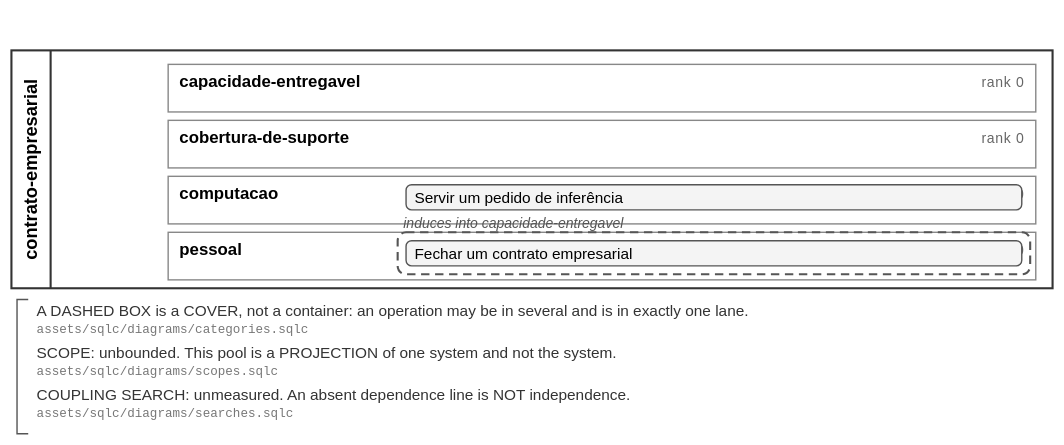
Above: assets/svg/filings/contrato-empresarial.svg in soulstompp/process-modulus (BPMN), before the change. Its source is kept beside it as assets/bpmn/filings/contrato-empresarial.bpmn. Ids are renumbered.
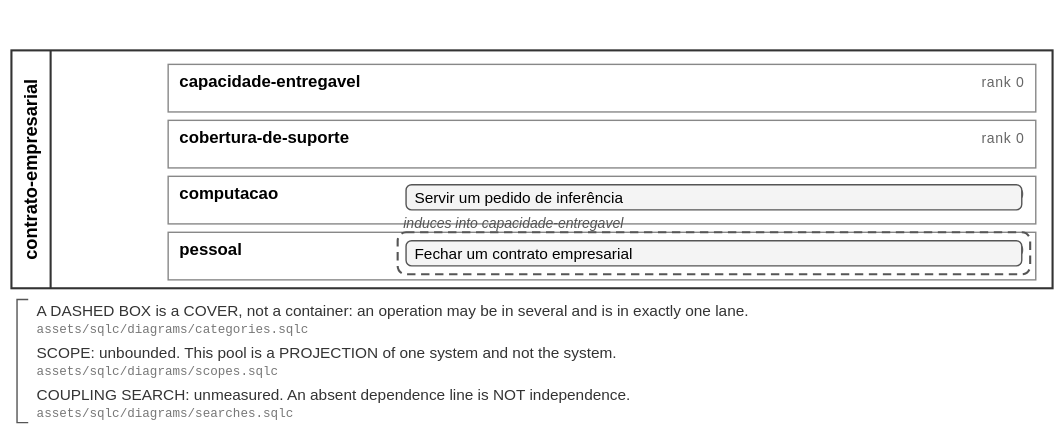
After the change.

Diff of the diagram source:
```diff
@@ -5,6 +5,7 @@
              xmlns:tns="urn:example:declaracao:padaria-do-largo:2026-08-30"
              xmlns:bpmndi="http://www.omg.org/spec/BPMN/20100524/DI"
              xmlns:dc="http://www.omg.org/spec/DD/20100524/DC"
+             xmlns:di="http://www.omg.org/spec/DD/20100524/DI"
              targetNamespace="urn:example:declaracao:padaria-do-largo:2026-08-30"
              id="defs_contrato-empresarial">
   <category id="cat_contrato-empresarial" name="induction">
@@ -75,6 +76,18 @@
       <bpmndi:BPMNShape id="shape_contrato-empresarial_task_contrato-empresarial_Fechar_um_contrato_empresarial" bpmnElement="tns:task_contrato-empresarial_Fechar_um_contrato_empresarial">
         <dc:Bounds x="290" y="172" width="440" height="18"/>
       </bpmndi:BPMNShape>
+      <bpmndi:BPMNShape id="shape_contrato-empresarial_grp_contrato-empresarial_capacidade-entregavel" bpmnElement="tns:grp_contrato-empresarial_capacidade-entregavel">
+        <dc:Bounds x="284" y="166" width="452" height="30"/>
+      </bpmndi:BPMNShape>
+      <bpmndi:BPMNShape id="shape_contrato-empresarial_note_contrato-empresarial_cover" bpmnElement="tns:note_contrato-empresarial_cover">
+        <dc:Bounds x="20" y="214" width="720" height="28"/>
+      </bpmndi:BPMNShape>
+      <bpmndi:BPMNShape id="shape_contrato-empresarial_note_contrato-empresarial_scope" bpmnElement="tns:note_contrato-empresarial_scope">
+        <dc:Bounds x="20" y="244" width="720" height="28"/>
+      </bpmndi:BPMNShape>
+      <bpmndi:BPMNShape id="shape_contrato-empresarial_note_contrato-empresarial_search" bpmnElement="tns:note_contrato-empresarial_search">
+        <dc:Bounds x="20" y="274" width="720" height="28"/>
+      </bpmndi:BPMNShape>
     </bpmndi:BPMNPlane>
   </bpmndi:BPMNDiagram>
 </definitions>
```
